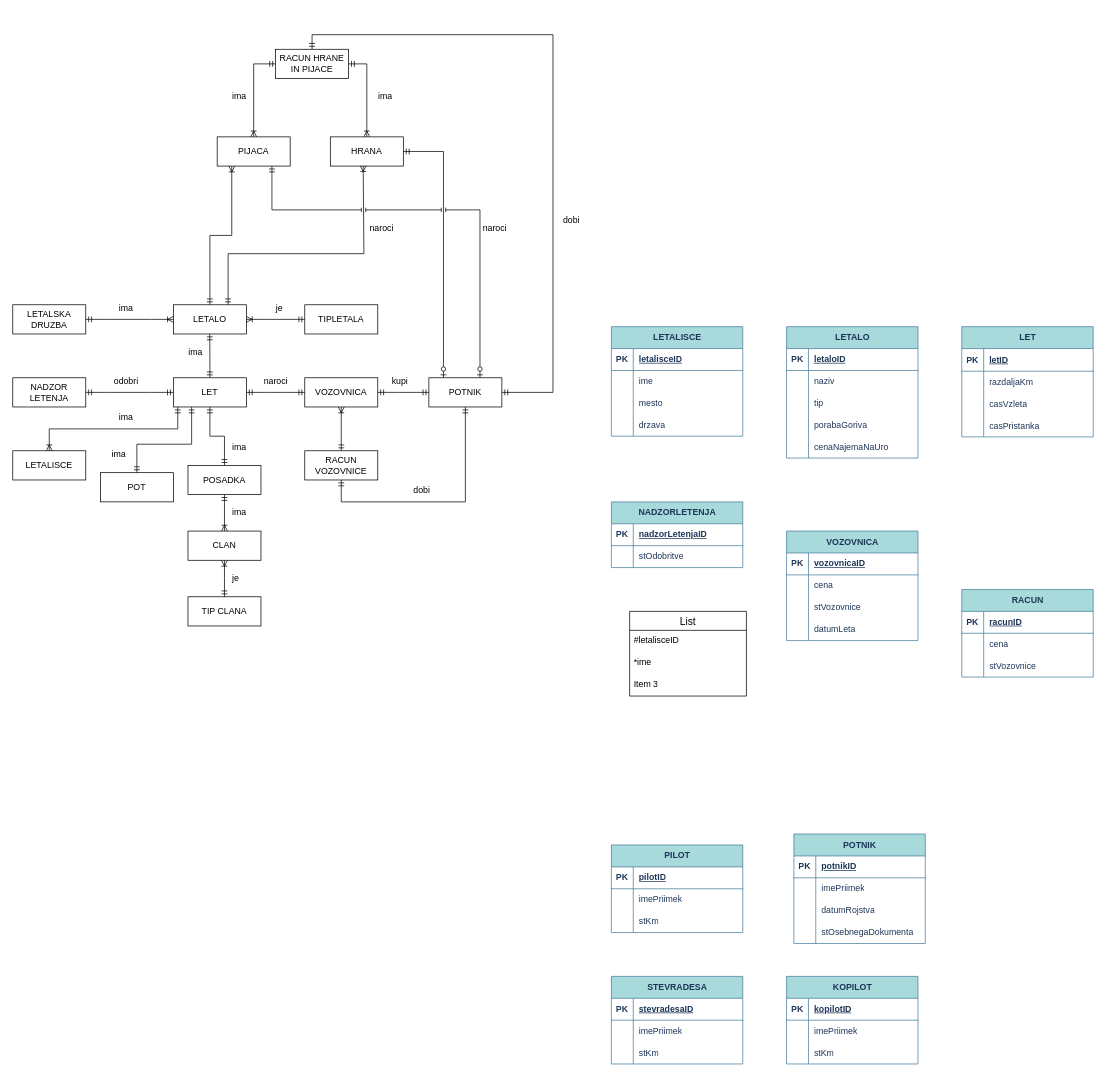
Above: Untitled Diagram.drawio in money-beep/pb (draw.io), before the change. Source tidied: cells renumbered, new cells numbered last; positions are measured from the earlier drawing's top-left corner, leaving out a move shared by most shapes. Both pictures are drawn from the tidied source at 73%, with x=0, y=0 at pixel (12, 34).
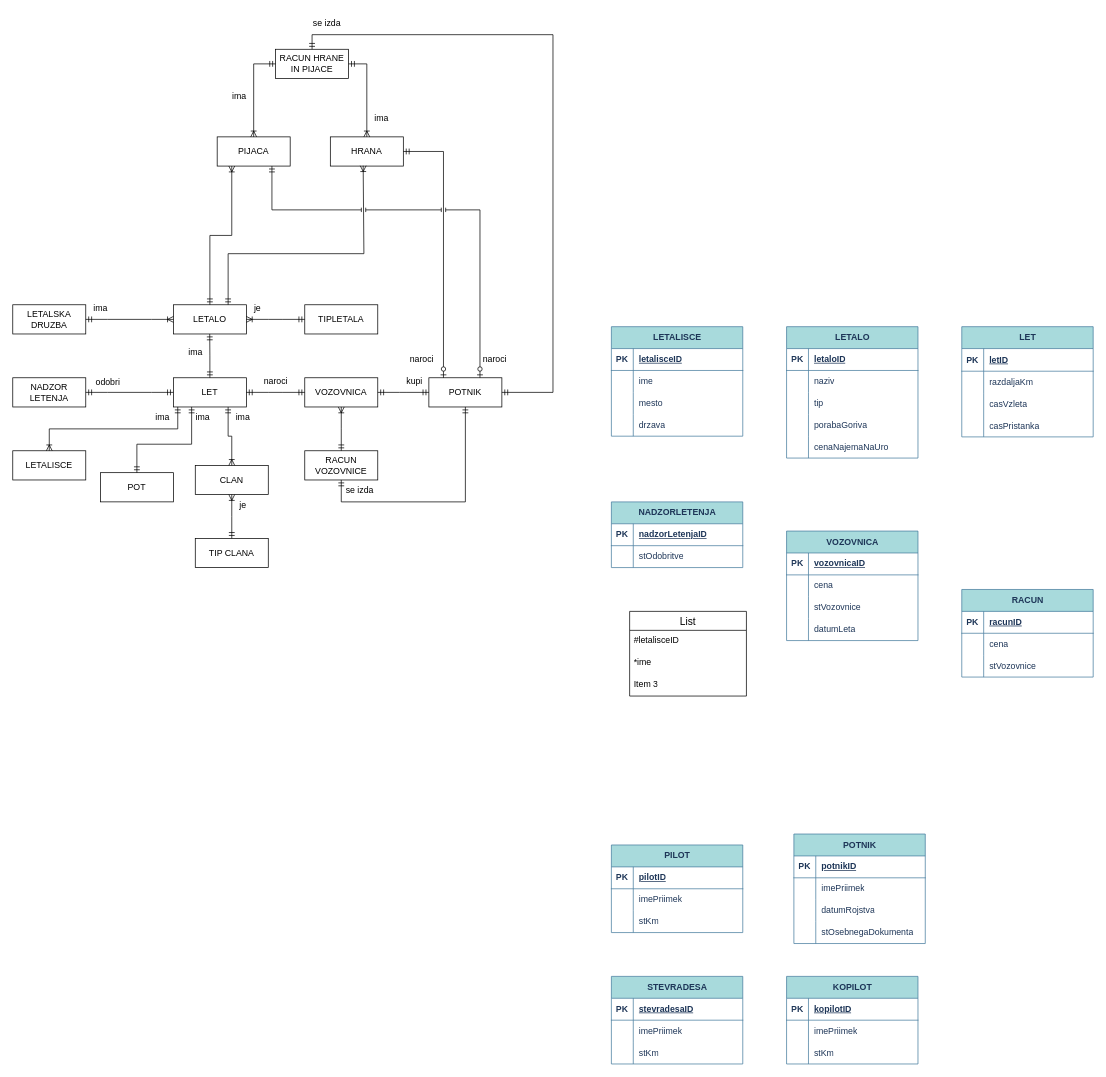
After the change.

Unchanged cells that the change refers to:
```xml
<mxCell id="123" value="LET" style="whiteSpace=wrap;html=1;align=center;" parent="1" vertex="1">
  <mxGeometry x="220" y="470" width="100" height="40" as="geometry" />
</mxCell>
```

Diff of the diagram source:
```diff
@@
-    <mxCell id="127" value="POSADKA" style="whiteSpace=wrap;html=1;align=center;" parent="1" vertex="1">
-      <mxGeometry x="240" y="590" width="100" height="40" as="geometry" />
-    </mxCell>
     <mxCell id="128" value="TIP CLANA" style="whiteSpace=wrap;html=1;align=center;" parent="1" vertex="1">
-      <mxGeometry x="240" y="770" width="100" height="40" as="geometry" />
+      <mxGeometry x="250" y="690" width="100" height="40" as="geometry" />
     </mxCell>
@@
     <mxCell id="136" value="ima" style="text;html=1;align=center;verticalAlign=middle;strokeColor=none;fillColor=none;" parent="1" vertex="1">
-      <mxGeometry x="135" y="360" width="40" height="30" as="geometry" />
+      <mxGeometry x="100" y="360" width="40" height="30" as="geometry" />
     </mxCell>
@@
     <mxCell id="138" value="je" style="text;html=1;align=center;verticalAlign=middle;strokeColor=none;fillColor=none;" parent="1" vertex="1">
-      <mxGeometry x="350" y="360" width="30" height="30" as="geometry" />
+      <mxGeometry x="320" y="360" width="30" height="30" as="geometry" />
     </mxCell>
@@
     <mxCell id="145" value="kupi" style="text;html=1;align=center;verticalAlign=middle;strokeColor=none;fillColor=none;" parent="1" vertex="1">
-      <mxGeometry x="505" y="460" width="50" height="30" as="geometry" />
+      <mxGeometry x="525" y="460" width="50" height="30" as="geometry" />
     </mxCell>
     <mxCell id="146" value="odobri" style="text;html=1;align=center;verticalAlign=middle;strokeColor=none;fillColor=none;" parent="1" vertex="1">
-      <mxGeometry x="125" y="460" width="60" height="30" as="geometry" />
+      <mxGeometry x="100" y="460.5" width="60" height="30" as="geometry" />
     </mxCell>
@@
     <mxCell id="148" value="ima" style="text;html=1;align=center;verticalAlign=middle;strokeColor=none;fillColor=none;" parent="1" vertex="1">
-      <mxGeometry x="135" y="510" width="40" height="30" as="geometry" />
+      <mxGeometry x="185" y="510" width="40" height="30" as="geometry" />
     </mxCell>
@@
-    <mxCell id="150" style="edgeStyle=elbowEdgeStyle;fontSize=12;html=1;endArrow=ERmandOne;startArrow=ERmandOne;rounded=0;elbow=vertical;entryX=0.5;entryY=1;entryDx=0;entryDy=0;exitX=0.5;exitY=0;exitDx=0;exitDy=0;" parent="1" edge="1" source="127" target="123">
-      <mxGeometry relative="1" as="geometry" />
-    </mxCell>
     <mxCell id="151" value="CLAN" style="whiteSpace=wrap;html=1;align=center;" parent="1" vertex="1">
-      <mxGeometry x="240" y="680" width="100" height="40" as="geometry" />
+      <mxGeometry x="250" y="590" width="100" height="40" as="geometry" />
     </mxCell>
-    <mxCell id="152" style="edgeStyle=elbowEdgeStyle;fontSize=12;html=1;endArrow=ERoneToMany;startArrow=ERmandOne;rounded=0;elbow=vertical;exitX=0.5;exitY=1;exitDx=0;exitDy=0;entryX=0.5;entryY=0;entryDx=0;entryDy=0;" parent="1" edge="1" source="127" target="151">
+    <mxCell id="152" style="edgeStyle=elbowEdgeStyle;fontSize=12;html=1;endArrow=ERoneToMany;startArrow=ERmandOne;rounded=0;elbow=vertical;exitX=0.75;exitY=1;exitDx=0;exitDy=0;entryX=0.5;entryY=0;entryDx=0;entryDy=0;" parent="1" edge="1" source="123" target="151">
       <mxGeometry relative="1" as="geometry" />
     </mxCell>
@@
     <mxCell id="158" value="ima" style="text;html=1;align=center;verticalAlign=middle;strokeColor=none;fillColor=none;" parent="1" vertex="1">
-      <mxGeometry x="125" y="560" width="40" height="30" as="geometry" />
+      <mxGeometry x="240" y="510" width="40" height="30" as="geometry" />
     </mxCell>
-    <mxCell id="159" value="ima" style="text;html=1;align=center;verticalAlign=middle;strokeColor=none;fillColor=none;" parent="1" vertex="1">
-      <mxGeometry x="290" y="551" width="40" height="30" as="geometry" />
-    </mxCell>
     <mxCell id="160" value="ima" style="text;html=1;align=center;verticalAlign=middle;strokeColor=none;fillColor=none;" parent="1" vertex="1">
-      <mxGeometry x="290" y="640" width="40" height="30" as="geometry" />
+      <mxGeometry x="295" y="510" width="40" height="30" as="geometry" />
     </mxCell>
     <mxCell id="161" value="je" style="text;html=1;align=center;verticalAlign=middle;strokeColor=none;fillColor=none;" parent="1" vertex="1">
-      <mxGeometry x="290" y="730" width="30" height="30" as="geometry" />
+      <mxGeometry x="300" y="630" width="30" height="30" as="geometry" />
     </mxCell>
@@
     <mxCell id="163" value="ima" style="text;html=1;align=center;verticalAlign=middle;strokeColor=none;fillColor=none;" parent="1" vertex="1">
-      <mxGeometry x="490" y="70" width="40" height="30" as="geometry" />
+      <mxGeometry x="485" y="100" width="40" height="30" as="geometry" />
     </mxCell>
@@
     <mxCell id="165" value="naroci" style="text;html=1;align=center;verticalAlign=middle;strokeColor=none;fillColor=none;" parent="1" vertex="1">
-      <mxGeometry x="475" y="250" width="60" height="30" as="geometry" />
+      <mxGeometry x="530" y="430" width="60" height="30" as="geometry" />
     </mxCell>
     <mxCell id="166" value="naroci" style="text;html=1;align=center;verticalAlign=middle;strokeColor=none;fillColor=none;" parent="1" vertex="1">
-      <mxGeometry x="630" y="250" width="60" height="30" as="geometry" />
+      <mxGeometry x="630" y="430" width="60" height="30" as="geometry" />
     </mxCell>
@@
-    <mxCell id="170" value="dobi" style="text;html=1;align=center;verticalAlign=middle;strokeColor=none;fillColor=none;" parent="1" vertex="1">
-      <mxGeometry x="535" y="610" width="50" height="30" as="geometry" />
+    <mxCell id="170" value="se izda" style="text;html=1;align=center;verticalAlign=middle;strokeColor=none;fillColor=none;" parent="1" vertex="1">
+      <mxGeometry x="445" y="610" width="60" height="30" as="geometry" />
     </mxCell>
@@
-    <mxCell id="173" value="dobi" style="text;html=1;align=center;verticalAlign=middle;strokeColor=none;fillColor=none;" parent="1" vertex="1">
-      <mxGeometry x="740" y="240" width="50" height="30" as="geometry" />
+    <mxCell id="173" value="se izda" style="text;html=1;align=center;verticalAlign=middle;strokeColor=none;fillColor=none;" parent="1" vertex="1">
+      <mxGeometry x="400" y="-30" width="60" height="30" as="geometry" />
     </mxCell>
```
